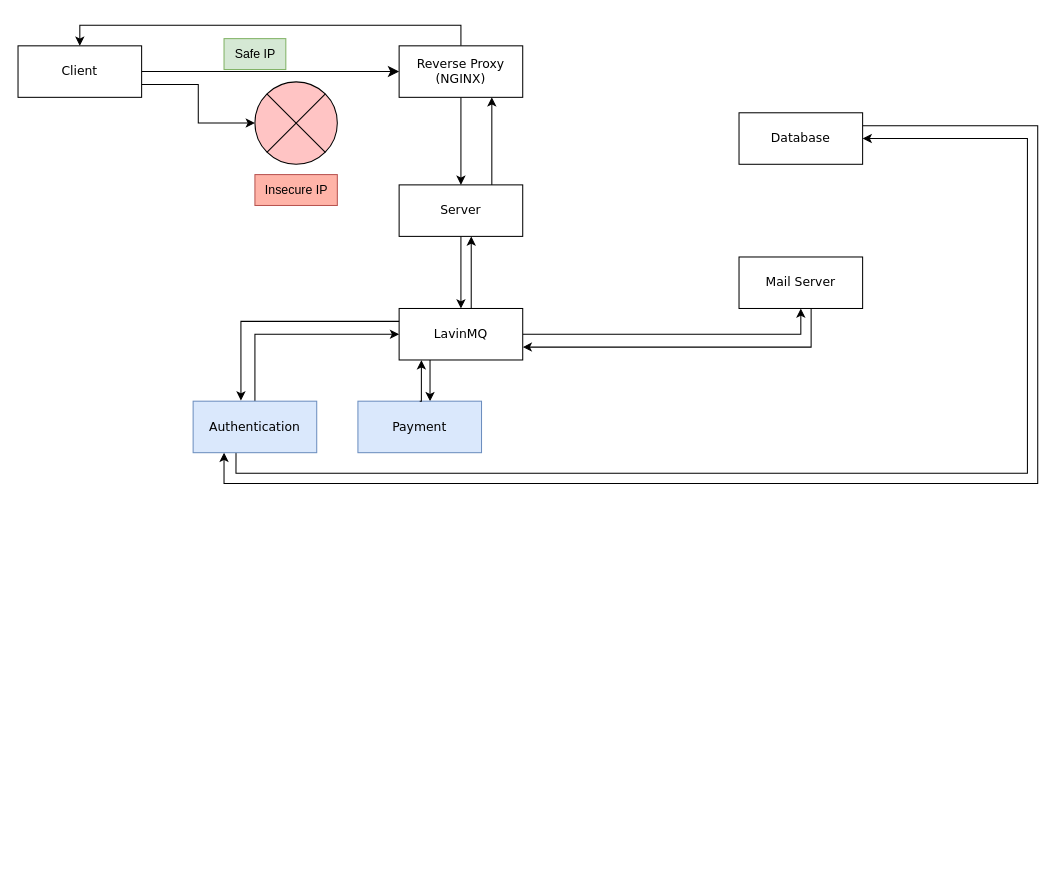
This is .github/order-system.drawio from isekaimaou1109/demo-github-action, a draw.io file, before an edit. Source tidied: cells renumbered, new cells numbered last; positions are measured from the earlier drawing's top-left corner, leaving out a move shared by most shapes. Both pictures are drawn from the tidied source at 103%, with x=0, y=0 at pixel (18, 38).
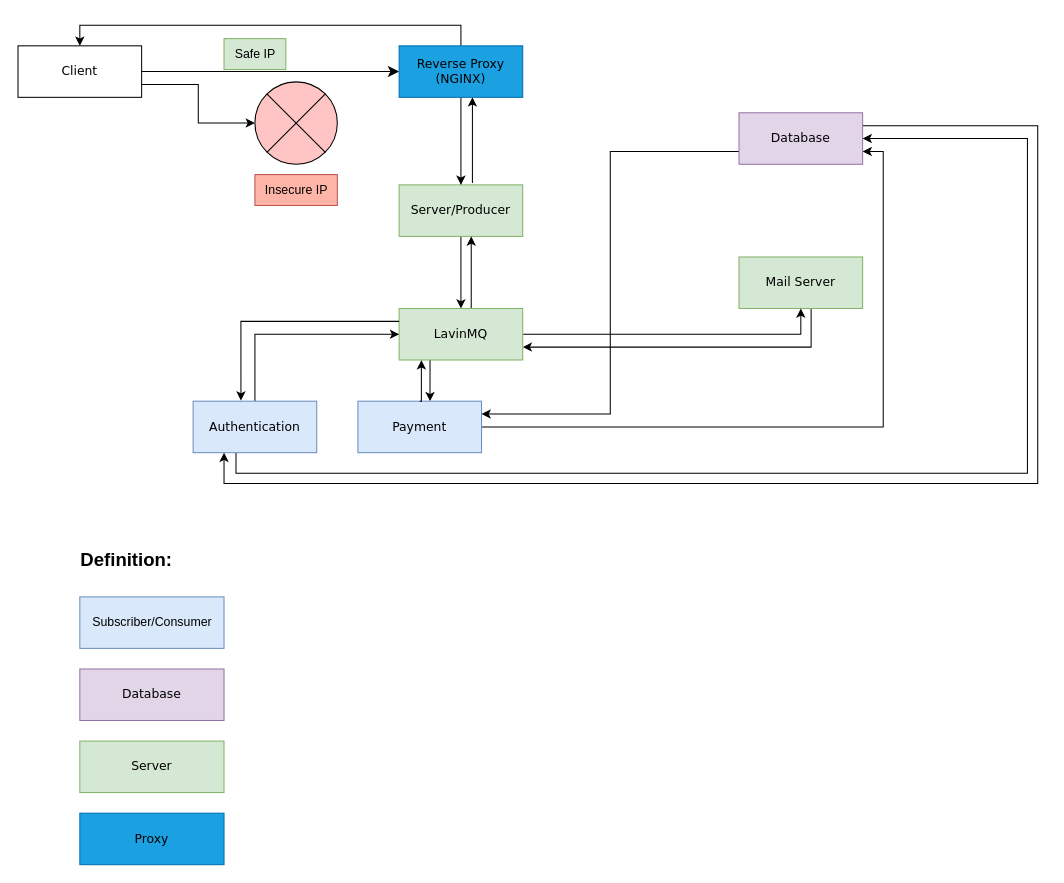
Above is the later version.

Unchanged cells that the change refers to:
```xml
<mxCell id="25" value="Payment" style="whiteSpace=wrap;html=1;rounded=0;shadow=0;comic=0;labelBackgroundColor=none;strokeWidth=1;fontFamily=Verdana;fontSize=12;align=center;fillColor=#dae8fc;strokeColor=#6c8ebf;" parent="1" vertex="1">
  <mxGeometry x="330" y="352" width="120" height="50" as="geometry" />
</mxCell>
```

Diff of the diagram source:
```diff
@@
+    <mxCell id="3" style="edgeStyle=orthogonalEdgeStyle;rounded=0;jettySize=auto;html=1;exitX=0.5;exitY=1;exitDx=0;exitDy=0;" parent="1" edge="1" source="4" target="21">
+      <mxGeometry relative="1" as="geometry" />
+    </mxCell>
-    <mxCell id="2" style="edgeStyle=orthogonalEdgeStyle;rounded=0;jettySize=auto;html=1;exitX=0.75;exitY=0;exitDx=0;exitDy=0;entryX=0.75;entryY=1;entryDx=0;entryDy=0;" parent="1" edge="1" source="4" target="10">
+    <mxCell id="2" style="edgeStyle=orthogonalEdgeStyle;rounded=0;jettySize=auto;html=1;exitX=0.593;exitY=-0.036;exitDx=0;exitDy=0;entryX=0.593;entryY=1;entryDx=0;entryDy=0;entryPerimeter=0;exitPerimeter=0;" parent="1" edge="1" source="4" target="10">
       <mxGeometry relative="1" as="geometry" />
     </mxCell>
-    <mxCell id="3" style="edgeStyle=orthogonalEdgeStyle;rounded=0;jettySize=auto;html=1;exitX=0.5;exitY=1;exitDx=0;exitDy=0;" parent="1" edge="1" source="4" target="21">
-      <mxGeometry relative="1" as="geometry" />
-    </mxCell>
-    <mxCell id="4" value="Server" style="whiteSpace=wrap;html=1;rounded=0;shadow=0;comic=0;labelBackgroundColor=none;strokeWidth=1;fontFamily=Verdana;fontSize=12;align=center;" parent="1" vertex="1">
+    <mxCell id="4" value="Server/Producer" style="whiteSpace=wrap;html=1;rounded=0;shadow=0;comic=0;labelBackgroundColor=none;strokeWidth=1;fontFamily=Verdana;fontSize=12;align=center;fillColor=#d5e8d4;strokeColor=#82b366;" parent="1" vertex="1">
       <mxGeometry x="370" y="142" width="120" height="50" as="geometry" />
     </mxCell>
@@
-    <mxCell id="10" value="Reverse Proxy (NGINX)" style="whiteSpace=wrap;html=1;rounded=0;shadow=0;comic=0;labelBackgroundColor=none;strokeWidth=1;fontFamily=Verdana;fontSize=12;align=center;" parent="1" vertex="1">
+    <mxCell id="10" value="Reverse Proxy (NGINX)" style="whiteSpace=wrap;html=1;rounded=0;shadow=0;comic=0;labelBackgroundColor=none;strokeWidth=1;fontFamily=Verdana;fontSize=12;align=center;fillColor=#1ba1e2;fontColor=#000000;strokeColor=#006EAF;labelBorderColor=none;" parent="1" vertex="1">
       <mxGeometry x="370" y="7" width="120" height="50" as="geometry" />
     </mxCell>
@@
+    <mxCell id="28" style="edgeStyle=orthogonalEdgeStyle;rounded=0;jettySize=auto;html=1;exitX=0;exitY=0.75;exitDx=0;exitDy=0;entryX=1;entryY=0.25;entryDx=0;entryDy=0;" parent="1" edge="1" source="12" target="25">
+      <mxGeometry relative="1" as="geometry" />
+    </mxCell>
-    <mxCell id="12" value="Database" style="whiteSpace=wrap;html=1;rounded=0;shadow=0;comic=0;labelBackgroundColor=none;strokeWidth=1;fontFamily=Verdana;fontSize=12;align=center;" parent="1" vertex="1">
+    <mxCell id="12" value="Database" style="whiteSpace=wrap;html=1;rounded=0;shadow=0;comic=0;labelBackgroundColor=none;strokeWidth=1;fontFamily=Verdana;fontSize=12;align=center;fillColor=#e1d5e7;strokeColor=#9673a6;" parent="1" vertex="1">
       <mxGeometry x="700" y="72" width="120" height="50" as="geometry" />
     </mxCell>
@@
-    <mxCell id="14" value="Mail Server" style="whiteSpace=wrap;html=1;rounded=0;shadow=0;comic=0;labelBackgroundColor=none;strokeWidth=1;fontFamily=Verdana;fontSize=12;align=center;" parent="1" vertex="1">
+    <mxCell id="14" value="Mail Server" style="whiteSpace=wrap;html=1;rounded=0;shadow=0;comic=0;labelBackgroundColor=none;strokeWidth=1;fontFamily=Verdana;fontSize=12;align=center;fillColor=#d5e8d4;strokeColor=#82b366;" parent="1" vertex="1">
       <mxGeometry x="700" y="212" width="120" height="50" as="geometry" />
     </mxCell>
@@
-    <mxCell id="21" value="LavinMQ" style="whiteSpace=wrap;html=1;rounded=0;shadow=0;comic=0;labelBackgroundColor=none;strokeWidth=1;fontFamily=Verdana;fontSize=12;align=center;" parent="1" vertex="1">
+    <mxCell id="21" value="LavinMQ" style="whiteSpace=wrap;html=1;rounded=0;shadow=0;comic=0;labelBackgroundColor=none;strokeWidth=1;fontFamily=Verdana;fontSize=12;align=center;fillColor=#d5e8d4;strokeColor=#82b366;" parent="1" vertex="1">
       <mxGeometry x="370" y="262" width="120" height="50" as="geometry" />
     </mxCell>
@@
+    <mxCell id="29" style="edgeStyle=orthogonalEdgeStyle;rounded=0;jettySize=auto;html=1;exitX=1;exitY=0.5;exitDx=0;exitDy=0;entryX=1;entryY=0.75;entryDx=0;entryDy=0;" parent="1" edge="1" source="25" target="12">
+      <mxGeometry relative="1" as="geometry" />
+    </mxCell>
@@
+    <mxCell id="30" value="&lt;b style=&quot;font-size: 18px;&quot;&gt;Definition:&lt;/b&gt;" style="text;html=1;align=center;verticalAlign=middle;strokeColor=none;fillColor=none;fontSize=18;" parent="1" vertex="1">
+      <mxGeometry x="50" y="487" width="110" height="40" as="geometry" />
+    </mxCell>
+    <mxCell id="31" style="whiteSpace=wrap;html=1;rounded=0;shadow=0;comic=0;labelBackgroundColor=none;strokeWidth=1;fontFamily=Verdana;fontSize=12;align=center;fillColor=#dae8fc;strokeColor=#6c8ebf;" parent="1" vertex="1">
+      <mxGeometry x="60" y="542" width="140" height="50" as="geometry" />
+    </mxCell>
+    <mxCell id="32" value="Subscriber/Consumer" style="text;html=1;align=center;verticalAlign=middle;strokeColor=none;fillColor=none;" parent="1" vertex="1">
+      <mxGeometry x="60" y="552" width="140" height="30" as="geometry" />
+    </mxCell>
+    <mxCell id="33" value="Database" style="whiteSpace=wrap;html=1;rounded=0;shadow=0;comic=0;labelBackgroundColor=none;strokeWidth=1;fontFamily=Verdana;fontSize=12;align=center;fillColor=#e1d5e7;strokeColor=#9673a6;" parent="1" vertex="1">
+      <mxGeometry x="60" y="612" width="140" height="50" as="geometry" />
+    </mxCell>
+    <mxCell id="34" value="Server" style="whiteSpace=wrap;html=1;rounded=0;shadow=0;comic=0;labelBackgroundColor=none;strokeWidth=1;fontFamily=Verdana;fontSize=12;align=center;fillColor=#d5e8d4;strokeColor=#82b366;" parent="1" vertex="1">
+      <mxGeometry x="60" y="682" width="140" height="50" as="geometry" />
+    </mxCell>
+    <mxCell id="35" value="Proxy" style="whiteSpace=wrap;html=1;rounded=0;shadow=0;comic=0;labelBackgroundColor=none;strokeWidth=1;fontFamily=Verdana;fontSize=12;align=center;fillColor=#1ba1e2;fontColor=#000000;strokeColor=#006EAF;labelBorderColor=none;" parent="1" vertex="1">
+      <mxGeometry x="60" y="752" width="140" height="50" as="geometry" />
+    </mxCell>
```
